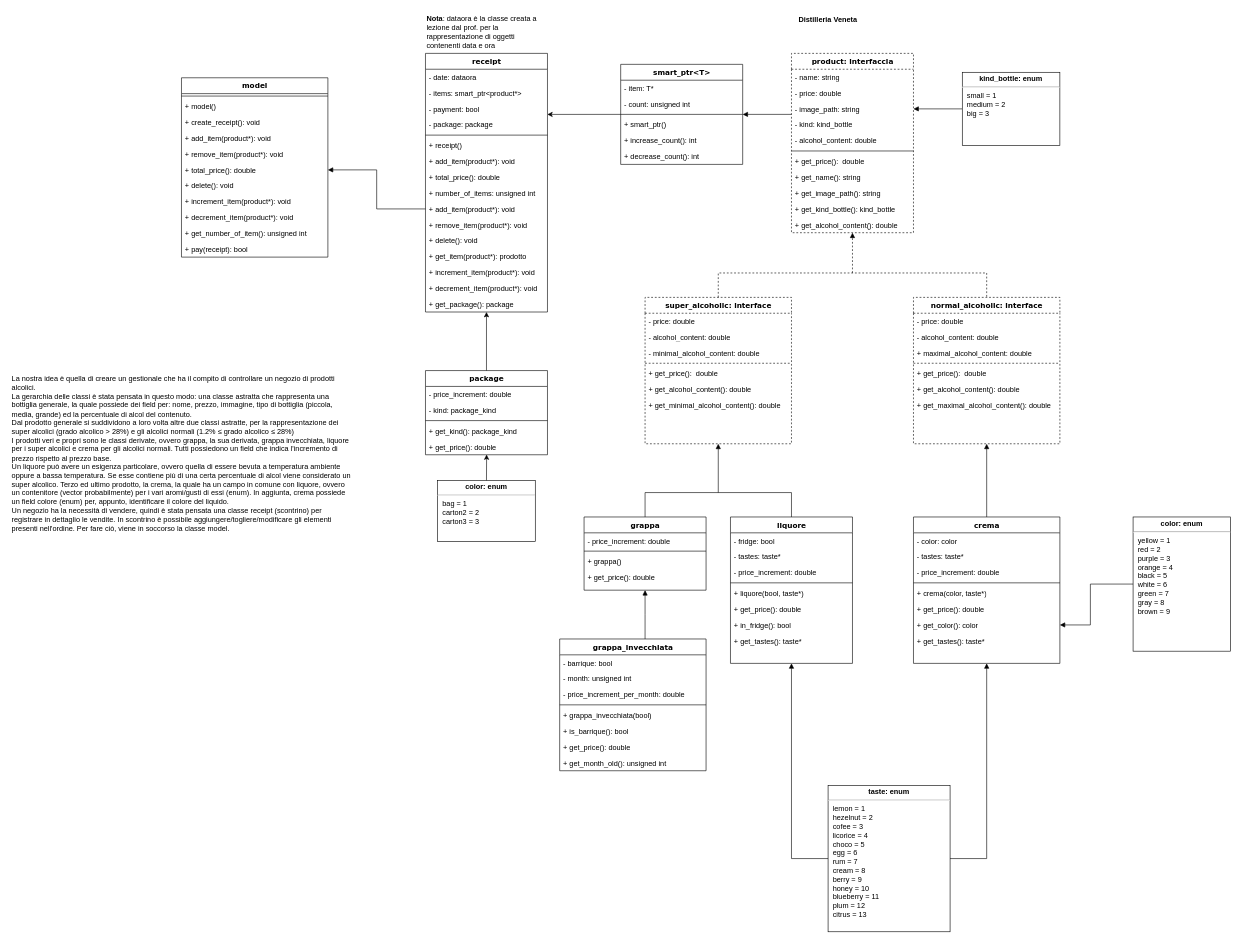
Before: Drawio/Model-PAO.drawio in NicholasPilotto/ProgettoPaO, a draw.io diagram. Source tidied: cells renumbered, new cells numbered last; positions are measured from the earlier drawing's top-left corner, leaving out a move shared by most shapes. Both pictures are drawn from the tidied source at 61%, with x=0, y=0 at pixel (10, 10).
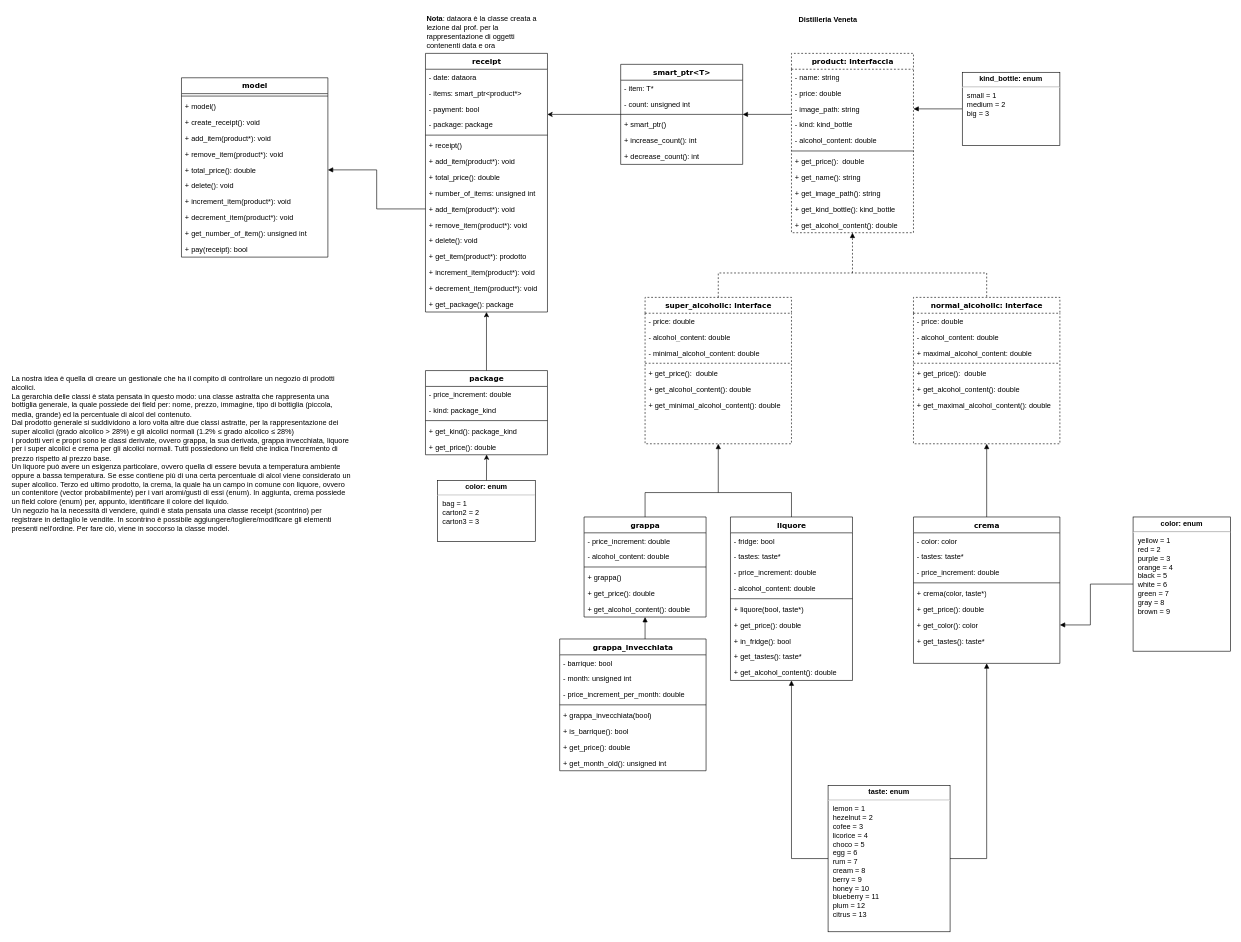
The same diagram, later.

Commit message:
Aggiunta field alcohol_content e get_alcohol_content() per i liquori e le grappe

The edit, as a diff of the source:
```diff
@@
     <mxCell id="2" value="grappa" style="swimlane;html=1;fontStyle=1;align=center;verticalAlign=top;horizontal=1;startSize=26;swimlaneFillColor=#ffffff;rounded=0;shadow=0;comic=0;labelBackgroundColor=none;strokeWidth=1;fillColor=none;fontFamily=Verdana;fontSize=12;" parent="1" vertex="1">
-      <mxGeometry x="940" y="830" width="200" height="120" as="geometry" />
+      <mxGeometry x="940" y="830" width="200" height="164" as="geometry" />
     </mxCell>
@@
+    <mxCell id="126" value="- alcohol_content: double" style="text;html=1;strokeColor=none;fillColor=none;align=left;verticalAlign=top;spacingLeft=4;spacingRight=4;whiteSpace=wrap;overflow=hidden;" parent="2" vertex="1">
+      <mxGeometry y="52" width="200" height="26" as="geometry" />
+    </mxCell>
     <mxCell id="4" style="line;html=1;strokeWidth=1;fillColor=none;align=left;verticalAlign=middle;spacingTop=-1;spacingLeft=3;spacingRight=3;labelPosition=right;" parent="2" vertex="1">
-      <mxGeometry y="52" width="200" height="8" as="geometry" />
+      <mxGeometry y="78" width="200" height="8" as="geometry" />
     </mxCell>
     <mxCell id="5" value="+ grappa()" style="text;strokeColor=none;fillColor=none;align=left;verticalAlign=top;spacingLeft=4;spacingRight=4;overflow=hidden;" parent="2" vertex="1">
-      <mxGeometry y="60" width="200" height="26" as="geometry" />
+      <mxGeometry y="86" width="200" height="26" as="geometry" />
     </mxCell>
     <mxCell id="6" value="+ get_price(): double" style="text;strokeColor=none;fillColor=none;align=left;verticalAlign=top;spacingLeft=4;spacingRight=4;overflow=hidden;" parent="2" vertex="1">
-      <mxGeometry y="86" width="200" height="26" as="geometry" />
+      <mxGeometry y="112" width="200" height="26" as="geometry" />
     </mxCell>
+    <mxCell id="127" value="+ get_alcohol_content(): double" style="text;strokeColor=none;fillColor=none;align=left;verticalAlign=top;spacingLeft=4;spacingRight=4;overflow=hidden;" parent="2" vertex="1">
+      <mxGeometry y="138" width="200" height="26" as="geometry" />
+    </mxCell>
     <mxCell id="7" value="liquore" style="swimlane;html=1;fontStyle=1;align=center;verticalAlign=top;horizontal=1;startSize=26;swimlaneFillColor=#ffffff;rounded=0;shadow=0;comic=0;labelBackgroundColor=none;strokeWidth=1;fillColor=none;fontFamily=Verdana;fontSize=12;" parent="1" vertex="1">
-      <mxGeometry x="1180" y="830" width="200" height="240" as="geometry" />
+      <mxGeometry x="1180" y="830" width="200" height="268" as="geometry" />
     </mxCell>
@@
+    <mxCell id="128" value="- alcohol_content: double" style="text;html=1;strokeColor=none;fillColor=none;align=left;verticalAlign=top;spacingLeft=4;spacingRight=4;whiteSpace=wrap;overflow=hidden;" parent="7" vertex="1">
+      <mxGeometry y="104" width="200" height="26" as="geometry" />
+    </mxCell>
     <mxCell id="11" style="line;html=1;strokeWidth=1;fillColor=none;align=left;verticalAlign=middle;spacingTop=-1;spacingLeft=3;spacingRight=3;labelPosition=right;" parent="7" vertex="1">
-      <mxGeometry y="104" width="200" height="8" as="geometry" />
+      <mxGeometry y="130" width="200" height="8" as="geometry" />
     </mxCell>
     <mxCell id="12" value="+ liquore(bool, taste*)" style="text;strokeColor=none;fillColor=none;align=left;verticalAlign=top;spacingLeft=4;spacingRight=4;overflow=hidden;" parent="7" vertex="1">
-      <mxGeometry y="112" width="200" height="26" as="geometry" />
+      <mxGeometry y="138" width="200" height="26" as="geometry" />
     </mxCell>
     <mxCell id="13" value="+ get_price(): double" style="text;strokeColor=none;fillColor=none;align=left;verticalAlign=top;spacingLeft=4;spacingRight=4;overflow=hidden;" parent="7" vertex="1">
-      <mxGeometry y="138" width="200" height="26" as="geometry" />
+      <mxGeometry y="164" width="200" height="26" as="geometry" />
     </mxCell>
     <mxCell id="14" value="+ in_fridge(): bool" style="text;strokeColor=none;fillColor=none;align=left;verticalAlign=top;spacingLeft=4;spacingRight=4;overflow=hidden;" parent="7" vertex="1">
-      <mxGeometry y="164" width="200" height="26" as="geometry" />
+      <mxGeometry y="190" width="200" height="26" as="geometry" />
     </mxCell>
     <mxCell id="15" value="+ get_tastes(): taste*" style="text;strokeColor=none;fillColor=none;align=left;verticalAlign=top;spacingLeft=4;spacingRight=4;overflow=hidden;" parent="7" vertex="1">
-      <mxGeometry y="190" width="200" height="26" as="geometry" />
+      <mxGeometry y="216" width="200" height="26" as="geometry" />
     </mxCell>
+    <mxCell id="129" value="+ get_alcohol_content(): double" style="text;strokeColor=none;fillColor=none;align=left;verticalAlign=top;spacingLeft=4;spacingRight=4;overflow=hidden;" parent="7" vertex="1">
+      <mxGeometry y="242" width="200" height="26" as="geometry" />
+    </mxCell>
```
